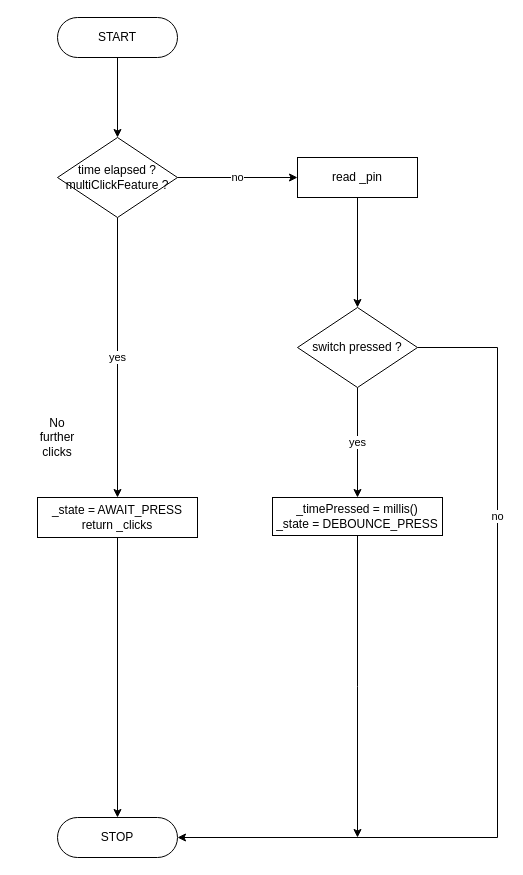
Earlier version of the draw.io diagram page "AWAIT_MULTI_PRESS" (6 of 7) of extras/IGB Tactile Switch State Machine.drawio (IGB-Germany/IGB-Tactile-Switch). Source tidied: cells renumbered, new cells numbered last; positions are measured from the earlier drawing's top-left corner, leaving out a move shared by most shapes. Both pictures are drawn from the tidied source at 100%, with x=0, y=0 at pixel (37, 17).
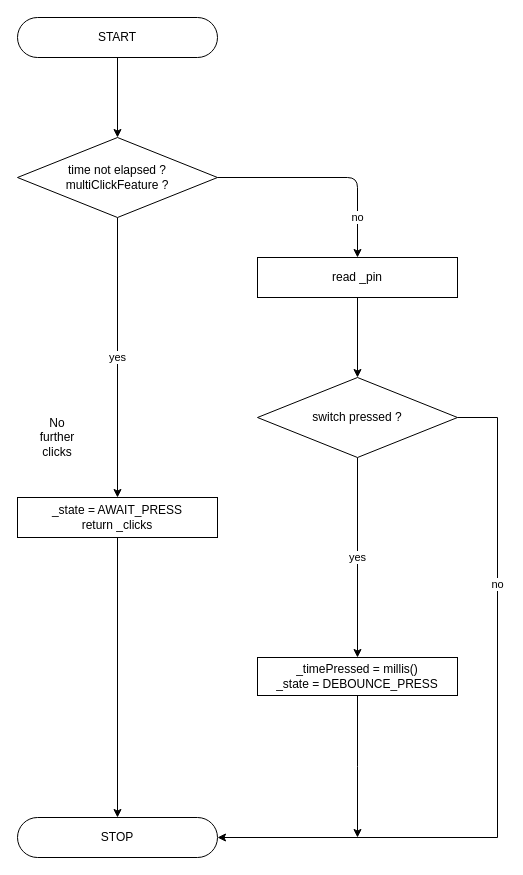
The same page after the edit.

Diff of the diagram source:
```diff
@@
     <mxCell id="2" value="no" style="edgeStyle=orthogonalEdgeStyle;rounded=0;jettySize=auto;html=1;exitX=1;exitY=0.5;exitDx=0;exitDy=0;entryX=1;entryY=0.5;entryDx=0;entryDy=0;" parent="1" edge="1" source="4" target="8">
       <mxGeometry x="-0.44" relative="1" as="geometry">
         <Array as="points">
-          <mxPoint x="460" y="330" />
+          <mxPoint x="460" y="400" />
           <mxPoint x="460" y="820" />
         </Array>
       </mxGeometry>
     </mxCell>
@@
     <mxCell id="4" value="switch pressed ?" style="rhombus;whiteSpace=wrap;html=1;" parent="1" vertex="1">
-      <mxGeometry x="260" y="290" width="120" height="80" as="geometry" />
+      <mxGeometry x="220" y="360" width="200" height="80" as="geometry" />
     </mxCell>
     <mxCell id="5" value="&lt;span&gt;START&lt;/span&gt;" style="rounded=1;whiteSpace=wrap;html=1;arcSize=50;" parent="1" vertex="1">
-      <mxGeometry x="20" width="120" height="40" as="geometry" />
+      <mxGeometry x="-20" width="200" height="40" as="geometry" />
     </mxCell>
@@
     <mxCell id="7" value="_timePressed = millis()&lt;br&gt;_state = DEBOUNCE_PRESS" style="rounded=0;whiteSpace=wrap;html=1;" parent="1" vertex="1">
-      <mxGeometry x="235" y="480" width="170" height="38" as="geometry" />
+      <mxGeometry x="220" y="640" width="200" height="38" as="geometry" />
     </mxCell>
     <mxCell id="8" value="&lt;span&gt;STOP&lt;/span&gt;" style="rounded=1;whiteSpace=wrap;html=1;arcSize=50;" parent="1" vertex="1">
-      <mxGeometry x="20" y="800" width="120" height="40" as="geometry" />
+      <mxGeometry x="-20" y="800" width="200" height="40" as="geometry" />
     </mxCell>
@@
     <mxCell id="10" value="&lt;span&gt;read _pin&lt;/span&gt;" style="rounded=0;whiteSpace=wrap;html=1;" parent="1" vertex="1">
-      <mxGeometry x="260" y="140" width="120" height="40" as="geometry" />
+      <mxGeometry x="220" y="240" width="200" height="40" as="geometry" />
     </mxCell>
@@
-    <mxCell id="12" value="time elapsed ?&lt;br&gt;multiClickFeature ?" style="rhombus;whiteSpace=wrap;html=1;" parent="1" vertex="1">
-      <mxGeometry x="20" y="120" width="120" height="80" as="geometry" />
+    <mxCell id="12" value="time not elapsed ?&lt;br&gt;multiClickFeature ?" style="rhombus;whiteSpace=wrap;html=1;" parent="1" vertex="1">
+      <mxGeometry x="-20" y="120" width="200" height="80" as="geometry" />
     </mxCell>
@@
-    <mxCell id="14" value="no" style="endArrow=classic;html=1;entryX=0;entryY=0.5;entryDx=0;entryDy=0;exitX=1;exitY=0.5;exitDx=0;exitDy=0;" parent="1" edge="1" source="12" target="10">
-      <mxGeometry relative="1" as="geometry" />
+    <mxCell id="14" value="no" style="endArrow=classic;html=1;entryX=0.5;entryY=0;entryDx=0;entryDy=0;exitX=1;exitY=0.5;exitDx=0;exitDy=0;" parent="1" edge="1" source="12" target="10">
+      <mxGeometry x="0.64" relative="1" as="geometry">
+        <Array as="points">
+          <mxPoint x="320" y="160" />
+        </Array>
+      </mxGeometry>
     </mxCell>
     <mxCell id="15" value="_state = AWAIT_PRESS&lt;br&gt;return _clicks" style="rounded=0;whiteSpace=wrap;html=1;" parent="1" vertex="1">
-      <mxGeometry y="480" width="160" height="40" as="geometry" />
+      <mxGeometry x="-20" y="480" width="200" height="40" as="geometry" />
     </mxCell>
```
